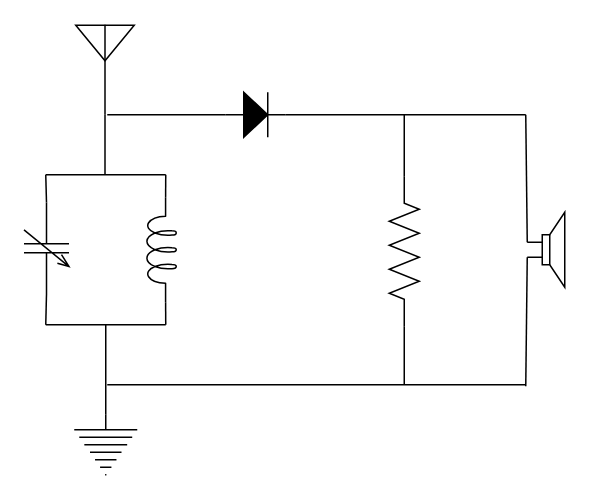
The draw.io diagram book/am.drawio in ciesle/mayfes, before the edit. Source tidied: cells renumbered, new cells numbered last; positions are measured from the earlier drawing's top-left corner, leaving out a move shared by most shapes. Both pictures are drawn from the tidied source at 150%, with x=0, y=0 at pixel (0, 24).
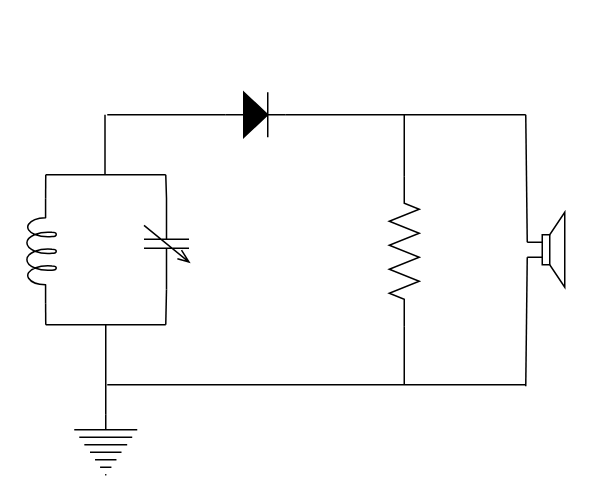
The same diagram, later.

Change to the diagram source:
```diff
@@
-    <mxCell id="3" style="verticalLabelPosition=bottom;shadow=0;dashed=0;align=center;html=1;verticalAlign=top;shape=mxgraph.electrical.radio.aerial_-_antenna_2;" parent="1" vertex="1">
-      <mxGeometry x="50" width="39" height="60" as="geometry" />
-    </mxCell>
@@
     <mxCell id="6" style="verticalLabelPosition=bottom;shadow=0;dashed=0;align=center;html=1;verticalAlign=top;shape=mxgraph.electrical.capacitors.variable_capacitor_1;rotation=90;" parent="1" vertex="1">
-      <mxGeometry y="134" width="61" height="30" as="geometry" />
+      <mxGeometry x="80" y="131" width="61" height="30" as="geometry" />
     </mxCell>
@@
-    <mxCell id="9" style="endArrow=none;html=1;exitX=0;exitY=0.5;exitDx=0;exitDy=0;exitPerimeter=0;" parent="1" edge="1" source="6">
-      <mxGeometry relative="1" as="geometry">
-        <mxPoint x="30" y="100" as="targetPoint" />
-      </mxGeometry>
-    </mxCell>
-    <mxCell id="10" style="endArrow=none;html=1;exitX=1;exitY=0.645;exitDx=0;exitDy=0;exitPerimeter=0;" parent="1" edge="1" source="11">
-      <mxGeometry relative="1" as="geometry">
-        <mxPoint x="110" y="100" as="targetPoint" />
-      </mxGeometry>
-    </mxCell>
     <mxCell id="11" style="verticalLabelPosition=bottom;shadow=0;dashed=0;align=center;html=1;verticalAlign=top;shape=mxgraph.electrical.inductors.inductor_5;rotation=-90;flipV=0;" parent="1" vertex="1">
-      <mxGeometry x="72" y="140" width="70" height="20" as="geometry" />
+      <mxGeometry x="-8" y="141" width="70" height="20" as="geometry" />
     </mxCell>
-    <mxCell id="12" style="endArrow=none;html=1;entryX=0;entryY=0.645;entryDx=0;entryDy=0;entryPerimeter=0;" parent="1" edge="1" target="11">
-      <mxGeometry relative="1" as="geometry">
-        <mxPoint x="110" y="200" as="sourcePoint" />
-      </mxGeometry>
-    </mxCell>
-    <mxCell id="13" style="endArrow=none;html=1;entryX=1;entryY=0.5;entryDx=0;entryDy=0;entryPerimeter=0;" parent="1" edge="1" target="6">
-      <mxGeometry relative="1" as="geometry">
-        <mxPoint x="30" y="200" as="sourcePoint" />
-      </mxGeometry>
-    </mxCell>
@@
+    <mxCell id="24" style="endArrow=none;html=1;entryX=1;entryY=0.645;entryDx=0;entryDy=0;entryPerimeter=0;" parent="1" edge="1" target="11">
+      <mxGeometry relative="1" as="geometry">
+        <mxPoint x="30" y="100" as="sourcePoint" />
+      </mxGeometry>
+    </mxCell>
+    <mxCell id="25" style="endArrow=none;html=1;exitX=0;exitY=0.645;exitDx=0;exitDy=0;exitPerimeter=0;" parent="1" edge="1" source="11">
+      <mxGeometry relative="1" as="geometry">
+        <mxPoint x="30" y="200" as="targetPoint" />
+      </mxGeometry>
+    </mxCell>
+    <mxCell id="26" style="endArrow=none;html=1;exitX=0;exitY=0.5;exitDx=0;exitDy=0;exitPerimeter=0;" parent="1" edge="1" source="6">
+      <mxGeometry relative="1" as="geometry">
+        <mxPoint x="110" y="100" as="targetPoint" />
+      </mxGeometry>
+    </mxCell>
+    <mxCell id="27" style="endArrow=none;html=1;entryX=1;entryY=0.5;entryDx=0;entryDy=0;entryPerimeter=0;" parent="1" edge="1" target="6">
+      <mxGeometry relative="1" as="geometry">
+        <mxPoint x="110" y="200" as="sourcePoint" />
+      </mxGeometry>
+    </mxCell>
```
